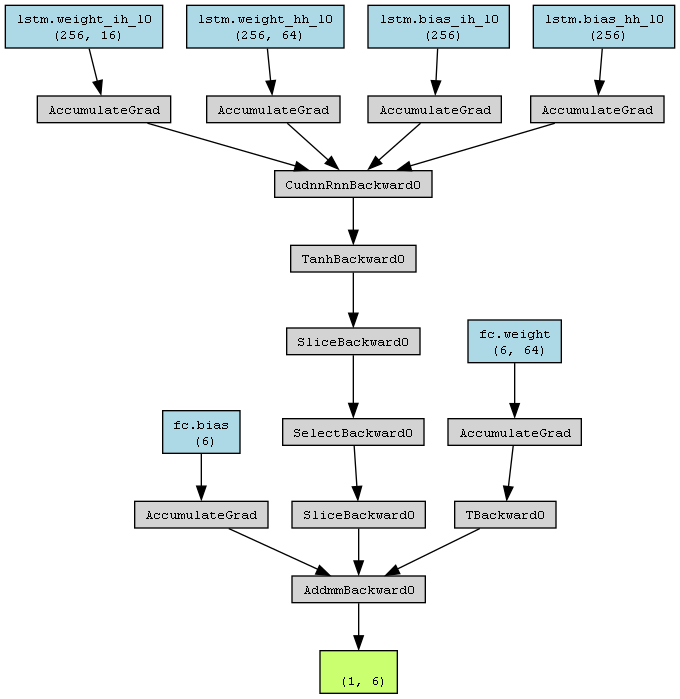
The Graphviz diagram code/classification/data/Digraph.gv.png in jiangbing22/2023-Mathematical-Modeling-, before a commit. Its source is kept beside it as code/classification/data/Digraph.gv.
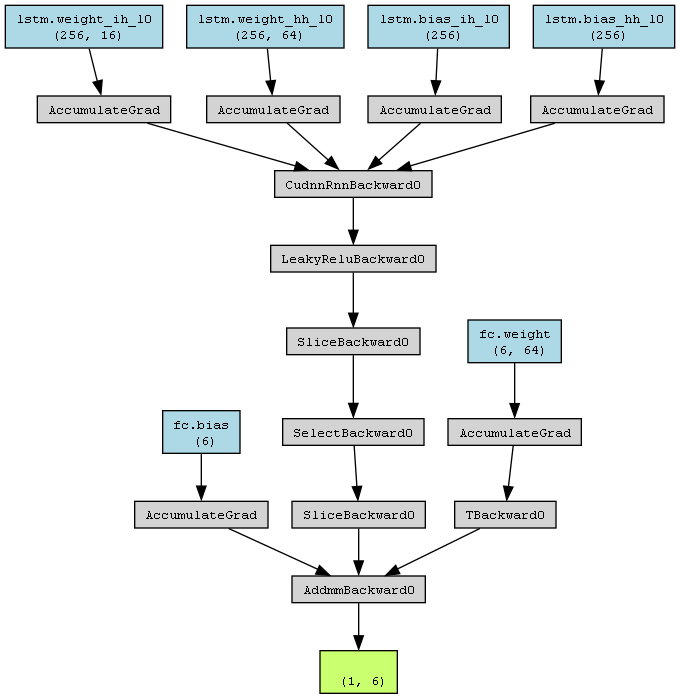
After the commit.

Diff of the diagram source:
```diff
@@ -1,50 +1,50 @@
 digraph {
 	graph [size="12,12"]
 	node [align=left fontname=monospace fontsize=10 height=0.2 ranksep=0.1 shape=box style=filled]
-	2350383800512 [label="
+	1981090315728 [label="
  (1, 6)" fillcolor=darkolivegreen1]
-	2350254084912 [label=AddmmBackward0]
-	2350254083184 -> 2350254084912
-	2350383804192 [label="fc.bias
+	1981090143280 [label=AddmmBackward0]
+	1981090143856 -> 1981090143280
+	1981090312768 [label="fc.bias
  (6)" fillcolor=lightblue]
-	2350383804192 -> 2350254083184
-	2350254083184 [label=AccumulateGrad]
-	2350272183360 -> 2350254084912
-	2350272183360 [label=SliceBackward0]
-	2350272179952 -> 2350272183360
-	2350272179952 [label=SelectBackward0]
-	2350272183408 -> 2350272179952
-	2350272183408 [label=SliceBackward0]
-	2350272180192 -> 2350272183408
-	2350272180192 [label=TanhBackward0]
-	2350272183552 -> 2350272180192
-	2350272183552 [label=CudnnRnnBackward0]
-	2350383863872 -> 2350272183552
-	2350226152064 [label="lstm.weight_ih_l0
+	1981090312768 -> 1981090143856
+	1981090143856 [label=AccumulateGrad]
+	1981090143136 -> 1981090143280
+	1981090143136 [label=SliceBackward0]
+	1981090142992 -> 1981090143136
+	1981090142992 [label=SelectBackward0]
+	1981090143472 -> 1981090142992
+	1981090143472 [label=SliceBackward0]
+	1981090144000 -> 1981090143472
+	1981090144000 [label=LeakyReluBackward0]
+	1981090143232 -> 1981090144000
+	1981090143232 [label=CudnnRnnBackward0]
+	1981090143520 -> 1981090143232
+	1980956873712 [label="lstm.weight_ih_l0
  (256, 16)" fillcolor=lightblue]
-	2350226152064 -> 2350383863872
-	2350383863872 [label=AccumulateGrad]
-	2350383862816 -> 2350272183552
-	2350222785040 [label="lstm.weight_hh_l0
+	1980956873712 -> 1981090143520
+	1981090143520 [label=AccumulateGrad]
+	1981090143808 -> 1981090143232
+	1981088739984 [label="lstm.weight_hh_l0
  (256, 64)" fillcolor=lightblue]
-	2350222785040 -> 2350383862816
-	2350383862816 [label=AccumulateGrad]
-	2350383863680 -> 2350272183552
-	2350382886368 [label="lstm.bias_ih_l0
+	1981088739984 -> 1981090143808
+	1981090143808 [label=AccumulateGrad]
+	1981090143952 -> 1981090143232
+	1981088739264 [label="lstm.bias_ih_l0
  (256)" fillcolor=lightblue]
-	2350382886368 -> 2350383863680
-	2350383863680 [label=AccumulateGrad]
-	2350383873472 -> 2350272183552
-	2350383807552 [label="lstm.bias_hh_l0
+	1981088739264 -> 1981090143952
+	1981090143952 [label=AccumulateGrad]
+	1981090144096 -> 1981090143232
+	1981088739824 [label="lstm.bias_hh_l0
  (256)" fillcolor=lightblue]
-	2350383807552 -> 2350383873472
-	2350383873472 [label=AccumulateGrad]
-	2350272181248 -> 2350254084912
-	2350272181248 [label=TBackward0]
-	2350272178896 -> 2350272181248
-	2350234998704 [label="fc.weight
+	1981088739824 -> 1981090144096
+	1981090144096 [label=AccumulateGrad]
+	1981090143616 -> 1981090143280
+	1981090143616 [label=TBackward0]
+	1981090143760 -> 1981090143616
+	1981090309248 [label="fc.weight
  (6, 64)" fillcolor=lightblue]
-	2350234998704 -> 2350272178896
-	2350272178896 [label=AccumulateGrad]
-	2350254084912 -> 2350383800512
+	1981090309248 -> 1981090143760
+	1981090143760 [label=AccumulateGrad]
+	1981090143280 -> 1981090315728
 }
```
